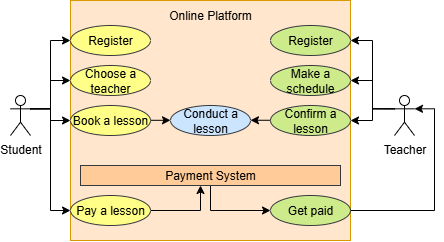
Above: Use Case (UML) Student_Teacher Activities.drawio.png in klaudiakriv/BA-portfolio-UML-BPMN- (draw.io), before the change. Source tidied: cells renumbered, new cells last; positions are measured from the earlier drawing's top-left corner, leaving out a move shared by most shapes. Source of this version:
```xml
<mxGraphModel background="#FFFFFF">
  <root>
    <mxCell id="0" />
    <mxCell id="1" parent="0" />
    <mxCell id="2" value="o" style="html=1;whiteSpace=wrap;fillColor=#ffe6cc;strokeColor=#d79b00;" parent="1" vertex="1">
      <mxGeometry x="60" width="280" height="240" as="geometry" />
    </mxCell>
    <mxCell id="3" style="edgeStyle=orthogonalEdgeStyle;rounded=0;jettySize=auto;html=1;exitX=1;exitY=0.3333333333333333;exitDx=0;exitDy=0;exitPerimeter=0;entryX=0;entryY=0.5;entryDx=0;entryDy=0;" parent="1" edge="1" source="7" target="8">
      <mxGeometry relative="1" as="geometry" />
    </mxCell>
    <mxCell id="4" style="edgeStyle=orthogonalEdgeStyle;rounded=0;jettySize=auto;html=1;exitX=1;exitY=0.3333333333333333;exitDx=0;exitDy=0;exitPerimeter=0;entryX=0;entryY=0.5;entryDx=0;entryDy=0;" parent="1" edge="1" source="7" target="15">
      <mxGeometry relative="1" as="geometry" />
    </mxCell>
    <mxCell id="5" style="edgeStyle=orthogonalEdgeStyle;rounded=0;jettySize=auto;html=1;exitX=1;exitY=0.3333333333333333;exitDx=0;exitDy=0;exitPerimeter=0;entryX=0;entryY=0.5;entryDx=0;entryDy=0;" parent="1" edge="1" source="7" target="17">
      <mxGeometry relative="1" as="geometry" />
    </mxCell>
    <mxCell id="6" style="edgeStyle=orthogonalEdgeStyle;rounded=0;jettySize=auto;html=1;exitX=1;exitY=0.3333333333333333;exitDx=0;exitDy=0;exitPerimeter=0;entryX=0;entryY=0.5;entryDx=0;entryDy=0;" parent="1" edge="1" source="7" target="22">
      <mxGeometry relative="1" as="geometry">
        <Array as="points">
          <mxPoint x="40" y="108" />
          <mxPoint x="40" y="210" />
        </Array>
      </mxGeometry>
    </mxCell>
    <mxCell id="7" value="Student" style="shape=umlActor;verticalLabelPosition=bottom;verticalAlign=top;html=1;outlineConnect=0;" parent="1" vertex="1">
      <mxGeometry y="95" width="20" height="40" as="geometry" />
    </mxCell>
    <mxCell id="8" value="Register" style="ellipse;whiteSpace=wrap;html=1;fillColor=#ffff88;strokeColor=#36393d;" parent="1" vertex="1">
      <mxGeometry x="60" y="25" width="80" height="30" as="geometry" />
    </mxCell>
    <mxCell id="9" style="edgeStyle=orthogonalEdgeStyle;rounded=0;jettySize=auto;html=1;exitX=0.5;exitY=1;exitDx=0;exitDy=0;entryX=0;entryY=0.5;entryDx=0;entryDy=0;" parent="1" edge="1" source="10" target="23">
      <mxGeometry relative="1" as="geometry" />
    </mxCell>
    <mxCell id="10" value="Payment System" style="html=1;whiteSpace=wrap;fillColor=#ffcc99;strokeColor=#36393d;" parent="1" vertex="1">
      <mxGeometry x="70" y="165" width="260" height="20" as="geometry" />
    </mxCell>
    <mxCell id="11" style="edgeStyle=orthogonalEdgeStyle;rounded=0;jettySize=auto;html=1;exitX=0;exitY=0.3333333333333333;exitDx=0;exitDy=0;exitPerimeter=0;entryX=1;entryY=0.5;entryDx=0;entryDy=0;" parent="1" edge="1" source="14" target="24">
      <mxGeometry relative="1" as="geometry" />
    </mxCell>
    <mxCell id="12" style="edgeStyle=orthogonalEdgeStyle;rounded=0;jettySize=auto;html=1;exitX=0;exitY=0.3333333333333333;exitDx=0;exitDy=0;exitPerimeter=0;" parent="1" edge="1" source="14" target="25">
      <mxGeometry relative="1" as="geometry" />
    </mxCell>
    <mxCell id="13" style="edgeStyle=orthogonalEdgeStyle;rounded=0;jettySize=auto;html=1;exitX=0;exitY=0.3333333333333333;exitDx=0;exitDy=0;exitPerimeter=0;entryX=1;entryY=0.5;entryDx=0;entryDy=0;" parent="1" edge="1" source="14" target="19">
      <mxGeometry relative="1" as="geometry" />
    </mxCell>
    <mxCell id="14" value="Teacher" style="shape=umlActor;verticalLabelPosition=bottom;verticalAlign=top;html=1;outlineConnect=0;" parent="1" vertex="1">
      <mxGeometry x="384" y="95" width="20" height="40" as="geometry" />
    </mxCell>
    <mxCell id="15" value="Choose a teacher" style="ellipse;whiteSpace=wrap;html=1;fillColor=#ffff88;strokeColor=#36393d;" parent="1" vertex="1">
      <mxGeometry x="60" y="65" width="80" height="30" as="geometry" />
    </mxCell>
    <mxCell id="16" style="edgeStyle=orthogonalEdgeStyle;rounded=0;orthogonalLoop=1;jettySize=auto;html=1;exitX=1;exitY=0.5;exitDx=0;exitDy=0;" parent="1" edge="1">
      <mxGeometry relative="1" as="geometry">
        <mxPoint x="130" y="119.8" as="sourcePoint" />
        <mxPoint x="160" y="120" as="targetPoint" />
      </mxGeometry>
    </mxCell>
    <mxCell id="17" value="Book a lesson" style="ellipse;whiteSpace=wrap;html=1;fillColor=#ffff88;strokeColor=#36393d;" parent="1" vertex="1">
      <mxGeometry x="60" y="105" width="80" height="30" as="geometry" />
    </mxCell>
    <mxCell id="18" style="edgeStyle=orthogonalEdgeStyle;rounded=0;orthogonalLoop=1;jettySize=auto;html=1;exitX=0;exitY=0.5;exitDx=0;exitDy=0;" parent="1" edge="1">
      <mxGeometry relative="1" as="geometry">
        <mxPoint x="290" y="119.8" as="sourcePoint" />
        <mxPoint x="240" y="119.8" as="targetPoint" />
      </mxGeometry>
    </mxCell>
    <mxCell id="19" value="Confirm a lesson" style="ellipse;whiteSpace=wrap;html=1;fillColor=#cdeb8b;strokeColor=#36393d;" parent="1" vertex="1">
      <mxGeometry x="260" y="105" width="80" height="30" as="geometry" />
    </mxCell>
    <mxCell id="20" value="Conduct a lesson" style="ellipse;whiteSpace=wrap;html=1;fillColor=#cce5ff;strokeColor=#36393d;" parent="1" vertex="1">
      <mxGeometry x="160" y="105" width="80" height="30" as="geometry" />
    </mxCell>
    <mxCell id="21" style="edgeStyle=orthogonalEdgeStyle;rounded=0;orthogonalLoop=1;jettySize=auto;html=1;exitX=1;exitY=0.5;exitDx=0;exitDy=0;entryX=0.5;entryY=1;entryDx=0;entryDy=0;" parent="1" edge="1">
      <mxGeometry relative="1" as="geometry">
        <mxPoint x="140" y="210" as="sourcePoint" />
        <mxPoint x="190" y="185" as="targetPoint" />
      </mxGeometry>
    </mxCell>
    <mxCell id="22" value="Pay a lesson" style="ellipse;whiteSpace=wrap;html=1;fillColor=#ffff88;strokeColor=#36393d;" parent="1" vertex="1">
      <mxGeometry x="60" y="195" width="80" height="30" as="geometry" />
    </mxCell>
    <mxCell id="23" value="Get paid" style="ellipse;whiteSpace=wrap;html=1;fillColor=#cdeb8b;strokeColor=#36393d;" parent="1" vertex="1">
      <mxGeometry x="260" y="195" width="80" height="30" as="geometry" />
    </mxCell>
    <mxCell id="24" value="Register" style="ellipse;whiteSpace=wrap;html=1;fillColor=#cdeb8b;strokeColor=#36393d;" parent="1" vertex="1">
      <mxGeometry x="260" y="25" width="80" height="30" as="geometry" />
    </mxCell>
    <mxCell id="25" value="Make a schedule" style="ellipse;whiteSpace=wrap;html=1;fillColor=#cdeb8b;strokeColor=#36393d;" parent="1" vertex="1">
      <mxGeometry x="260" y="65" width="80" height="30" as="geometry" />
    </mxCell>
    <mxCell id="26" style="edgeStyle=orthogonalEdgeStyle;rounded=0;jettySize=auto;html=1;exitX=1;exitY=0.5;exitDx=0;exitDy=0;entryX=1;entryY=0.3333333333333333;entryDx=0;entryDy=0;entryPerimeter=0;" parent="1" edge="1" source="23" target="14">
      <mxGeometry relative="1" as="geometry" />
    </mxCell>
    <mxCell id="27" value="Online Platform" style="text;html=1;align=center;verticalAlign=middle;whiteSpace=wrap;rounded=0;" parent="1" vertex="1">
      <mxGeometry x="155" width="90" height="30" as="geometry" />
    </mxCell>
  </root>
</mxGraphModel>
```
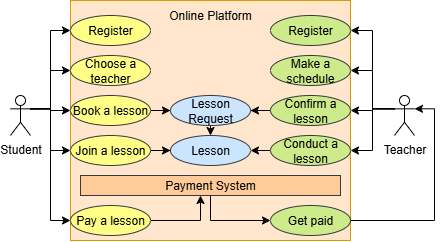
Later version of the same file.

Change to the diagram source:
```diff
@@ -2,7 +2,7 @@
   <root>
     <mxCell id="0" />
     <mxCell id="1" parent="0" />
-    <mxCell id="2" value="o" style="html=1;whiteSpace=wrap;fillColor=#ffe6cc;strokeColor=#d79b00;" parent="1" vertex="1">
+    <mxCell id="2" style="html=1;whiteSpace=wrap;fillColor=#ffe6cc;strokeColor=#d79b00;" parent="1" vertex="1">
       <mxGeometry x="60" width="280" height="240" as="geometry" />
     </mxCell>
     <mxCell id="3" style="edgeStyle=orthogonalEdgeStyle;rounded=0;jettySize=auto;html=1;exitX=1;exitY=0.3333333333333333;exitDx=0;exitDy=0;exitPerimeter=0;entryX=0;entryY=0.5;entryDx=0;entryDy=0;" parent="1" edge="1" source="7" target="8">
@@ -14,79 +14,74 @@
     <mxCell id="5" style="edgeStyle=orthogonalEdgeStyle;rounded=0;jettySize=auto;html=1;exitX=1;exitY=0.3333333333333333;exitDx=0;exitDy=0;exitPerimeter=0;entryX=0;entryY=0.5;entryDx=0;entryDy=0;" parent="1" edge="1" source="7" target="17">
       <mxGeometry relative="1" as="geometry" />
     </mxCell>
+    <mxCell id="28" style="edgeStyle=orthogonalEdgeStyle;rounded=0;jettySize=auto;html=1;exitX=1;exitY=0.3333333333333333;exitDx=0;exitDy=0;exitPerimeter=0;entryX=0;entryY=0.5;entryDx=0;entryDy=0;" parent="1" edge="1" source="7" target="35">
+      <mxGeometry relative="1" as="geometry" />
+    </mxCell>
     <mxCell id="6" style="edgeStyle=orthogonalEdgeStyle;rounded=0;jettySize=auto;html=1;exitX=1;exitY=0.3333333333333333;exitDx=0;exitDy=0;exitPerimeter=0;entryX=0;entryY=0.5;entryDx=0;entryDy=0;" parent="1" edge="1" source="7" target="22">
-      <mxGeometry relative="1" as="geometry">
-        <Array as="points">
-          <mxPoint x="40" y="108" />
-          <mxPoint x="40" y="210" />
-        </Array>
-      </mxGeometry>
+      <mxGeometry relative="1" as="geometry" />
     </mxCell>
     <mxCell id="7" value="Student" style="shape=umlActor;verticalLabelPosition=bottom;verticalAlign=top;html=1;outlineConnect=0;" parent="1" vertex="1">
       <mxGeometry y="95" width="20" height="40" as="geometry" />
     </mxCell>
     <mxCell id="8" value="Register" style="ellipse;whiteSpace=wrap;html=1;fillColor=#ffff88;strokeColor=#36393d;" parent="1" vertex="1">
-      <mxGeometry x="60" y="25" width="80" height="30" as="geometry" />
+      <mxGeometry x="60" y="15" width="80" height="30" as="geometry" />
     </mxCell>
     <mxCell id="9" style="edgeStyle=orthogonalEdgeStyle;rounded=0;jettySize=auto;html=1;exitX=0.5;exitY=1;exitDx=0;exitDy=0;entryX=0;entryY=0.5;entryDx=0;entryDy=0;" parent="1" edge="1" source="10" target="23">
       <mxGeometry relative="1" as="geometry" />
     </mxCell>
     <mxCell id="10" value="Payment System" style="html=1;whiteSpace=wrap;fillColor=#ffcc99;strokeColor=#36393d;" parent="1" vertex="1">
-      <mxGeometry x="70" y="165" width="260" height="20" as="geometry" />
+      <mxGeometry x="70" y="175" width="260" height="20" as="geometry" />
     </mxCell>
     <mxCell id="11" style="edgeStyle=orthogonalEdgeStyle;rounded=0;jettySize=auto;html=1;exitX=0;exitY=0.3333333333333333;exitDx=0;exitDy=0;exitPerimeter=0;entryX=1;entryY=0.5;entryDx=0;entryDy=0;" parent="1" edge="1" source="14" target="24">
       <mxGeometry relative="1" as="geometry" />
     </mxCell>
-    <mxCell id="12" style="edgeStyle=orthogonalEdgeStyle;rounded=0;jettySize=auto;html=1;exitX=0;exitY=0.3333333333333333;exitDx=0;exitDy=0;exitPerimeter=0;" parent="1" edge="1" source="14" target="25">
+    <mxCell id="12" style="edgeStyle=orthogonalEdgeStyle;rounded=0;jettySize=auto;html=1;exitX=0;exitY=0.3333333333333333;exitDx=0;exitDy=0;exitPerimeter=0;entryX=1;entryY=0.5;entryDx=0;entryDy=0;" parent="1" edge="1" source="14" target="25">
       <mxGeometry relative="1" as="geometry" />
     </mxCell>
     <mxCell id="13" style="edgeStyle=orthogonalEdgeStyle;rounded=0;jettySize=auto;html=1;exitX=0;exitY=0.3333333333333333;exitDx=0;exitDy=0;exitPerimeter=0;entryX=1;entryY=0.5;entryDx=0;entryDy=0;" parent="1" edge="1" source="14" target="19">
       <mxGeometry relative="1" as="geometry" />
     </mxCell>
+    <mxCell id="29" style="edgeStyle=orthogonalEdgeStyle;rounded=0;jettySize=auto;html=1;exitX=0;exitY=0.3333333333333333;exitDx=0;exitDy=0;exitPerimeter=0;" parent="1" edge="1" source="14" target="37">
+      <mxGeometry relative="1" as="geometry" />
+    </mxCell>
     <mxCell id="14" value="Teacher" style="shape=umlActor;verticalLabelPosition=bottom;verticalAlign=top;html=1;outlineConnect=0;" parent="1" vertex="1">
       <mxGeometry x="384" y="95" width="20" height="40" as="geometry" />
     </mxCell>
     <mxCell id="15" value="Choose a teacher" style="ellipse;whiteSpace=wrap;html=1;fillColor=#ffff88;strokeColor=#36393d;" parent="1" vertex="1">
-      <mxGeometry x="60" y="65" width="80" height="30" as="geometry" />
+      <mxGeometry x="60" y="55" width="80" height="30" as="geometry" />
     </mxCell>
-    <mxCell id="16" style="edgeStyle=orthogonalEdgeStyle;rounded=0;orthogonalLoop=1;jettySize=auto;html=1;exitX=1;exitY=0.5;exitDx=0;exitDy=0;" parent="1" edge="1">
-      <mxGeometry relative="1" as="geometry">
-        <mxPoint x="130" y="119.8" as="sourcePoint" />
-        <mxPoint x="160" y="120" as="targetPoint" />
-      </mxGeometry>
-    </mxCell>
+    <mxCell id="30" style="edgeStyle=orthogonalEdgeStyle;rounded=0;jettySize=auto;html=1;exitX=1;exitY=0.5;exitDx=0;exitDy=0;" parent="1" edge="1" source="17" target="33">
+      <mxGeometry relative="1" as="geometry" />
+    </mxCell>
     <mxCell id="17" value="Book a lesson" style="ellipse;whiteSpace=wrap;html=1;fillColor=#ffff88;strokeColor=#36393d;" parent="1" vertex="1">
-      <mxGeometry x="60" y="105" width="80" height="30" as="geometry" />
+      <mxGeometry x="60" y="95" width="80" height="30" as="geometry" />
     </mxCell>
-    <mxCell id="18" style="edgeStyle=orthogonalEdgeStyle;rounded=0;orthogonalLoop=1;jettySize=auto;html=1;exitX=0;exitY=0.5;exitDx=0;exitDy=0;" parent="1" edge="1">
-      <mxGeometry relative="1" as="geometry">
-        <mxPoint x="290" y="119.8" as="sourcePoint" />
-        <mxPoint x="240" y="119.8" as="targetPoint" />
-      </mxGeometry>
-    </mxCell>
+    <mxCell id="31" style="edgeStyle=orthogonalEdgeStyle;rounded=0;jettySize=auto;html=1;exitX=0;exitY=0.5;exitDx=0;exitDy=0;" parent="1" edge="1" source="19" target="33">
+      <mxGeometry relative="1" as="geometry" />
+    </mxCell>
     <mxCell id="19" value="Confirm a lesson" style="ellipse;whiteSpace=wrap;html=1;fillColor=#cdeb8b;strokeColor=#36393d;" parent="1" vertex="1">
-      <mxGeometry x="260" y="105" width="80" height="30" as="geometry" />
+      <mxGeometry x="260" y="95" width="80" height="30" as="geometry" />
     </mxCell>
-    <mxCell id="20" value="Conduct a lesson" style="ellipse;whiteSpace=wrap;html=1;fillColor=#cce5ff;strokeColor=#36393d;" parent="1" vertex="1">
-      <mxGeometry x="160" y="105" width="80" height="30" as="geometry" />
+    <mxCell id="20" value="Lesson" style="ellipse;whiteSpace=wrap;html=1;fillColor=#cce5ff;strokeColor=#36393d;" parent="1" vertex="1">
+      <mxGeometry x="160" y="135" width="80" height="30" as="geometry" />
     </mxCell>
     <mxCell id="21" style="edgeStyle=orthogonalEdgeStyle;rounded=0;orthogonalLoop=1;jettySize=auto;html=1;exitX=1;exitY=0.5;exitDx=0;exitDy=0;entryX=0.5;entryY=1;entryDx=0;entryDy=0;" parent="1" edge="1">
       <mxGeometry relative="1" as="geometry">
-        <mxPoint x="140" y="210" as="sourcePoint" />
-        <mxPoint x="190" y="185" as="targetPoint" />
+        <mxPoint x="140" y="220" as="sourcePoint" />
+        <mxPoint x="190" y="195" as="targetPoint" />
       </mxGeometry>
     </mxCell>
     <mxCell id="22" value="Pay a lesson" style="ellipse;whiteSpace=wrap;html=1;fillColor=#ffff88;strokeColor=#36393d;" parent="1" vertex="1">
-      <mxGeometry x="60" y="195" width="80" height="30" as="geometry" />
+      <mxGeometry x="60" y="205" width="80" height="30" as="geometry" />
     </mxCell>
     <mxCell id="23" value="Get paid" style="ellipse;whiteSpace=wrap;html=1;fillColor=#cdeb8b;strokeColor=#36393d;" parent="1" vertex="1">
-      <mxGeometry x="260" y="195" width="80" height="30" as="geometry" />
+      <mxGeometry x="260" y="205" width="80" height="30" as="geometry" />
     </mxCell>
     <mxCell id="24" value="Register" style="ellipse;whiteSpace=wrap;html=1;fillColor=#cdeb8b;strokeColor=#36393d;" parent="1" vertex="1">
-      <mxGeometry x="260" y="25" width="80" height="30" as="geometry" />
+      <mxGeometry x="260" y="15" width="80" height="30" as="geometry" />
     </mxCell>
     <mxCell id="25" value="Make a schedule" style="ellipse;whiteSpace=wrap;html=1;fillColor=#cdeb8b;strokeColor=#36393d;" parent="1" vertex="1">
-      <mxGeometry x="260" y="65" width="80" height="30" as="geometry" />
+      <mxGeometry x="260" y="55" width="80" height="30" as="geometry" />
     </mxCell>
     <mxCell id="26" style="edgeStyle=orthogonalEdgeStyle;rounded=0;jettySize=auto;html=1;exitX=1;exitY=0.5;exitDx=0;exitDy=0;entryX=1;entryY=0.3333333333333333;entryDx=0;entryDy=0;entryPerimeter=0;" parent="1" edge="1" source="23" target="14">
       <mxGeometry relative="1" as="geometry" />
@@ -94,5 +89,23 @@
     <mxCell id="27" value="Online Platform" style="text;html=1;align=center;verticalAlign=middle;whiteSpace=wrap;rounded=0;" parent="1" vertex="1">
       <mxGeometry x="155" width="90" height="30" as="geometry" />
     </mxCell>
+    <mxCell id="32" style="edgeStyle=orthogonalEdgeStyle;rounded=0;jettySize=auto;html=1;exitX=0.5;exitY=1;exitDx=0;exitDy=0;entryX=0.5;entryY=0;entryDx=0;entryDy=0;" parent="1" edge="1" source="33" target="20">
+      <mxGeometry relative="1" as="geometry" />
+    </mxCell>
+    <mxCell id="33" value="Lesson Request" style="ellipse;whiteSpace=wrap;html=1;fillColor=#cce5ff;strokeColor=#36393d;" parent="1" vertex="1">
+      <mxGeometry x="160" y="95" width="80" height="30" as="geometry" />
+    </mxCell>
+    <mxCell id="34" style="edgeStyle=orthogonalEdgeStyle;rounded=0;jettySize=auto;html=1;exitX=1;exitY=0.5;exitDx=0;exitDy=0;" parent="1" edge="1" source="35" target="20">
+      <mxGeometry relative="1" as="geometry" />
+    </mxCell>
+    <mxCell id="35" value="Join a lesson" style="ellipse;whiteSpace=wrap;html=1;fillColor=#ffff88;strokeColor=#36393d;" parent="1" vertex="1">
+      <mxGeometry x="60" y="135" width="80" height="30" as="geometry" />
+    </mxCell>
+    <mxCell id="36" style="edgeStyle=orthogonalEdgeStyle;rounded=0;jettySize=auto;html=1;exitX=0;exitY=0.5;exitDx=0;exitDy=0;entryX=1;entryY=0.5;entryDx=0;entryDy=0;" parent="1" edge="1" source="37" target="20">
+      <mxGeometry relative="1" as="geometry" />
+    </mxCell>
+    <mxCell id="37" value="Conduct a lesson" style="ellipse;whiteSpace=wrap;html=1;fillColor=#cdeb8b;strokeColor=#36393d;" parent="1" vertex="1">
+      <mxGeometry x="260" y="135" width="80" height="30" as="geometry" />
+    </mxCell>
   </root>
 </mxGraphModel>
```
